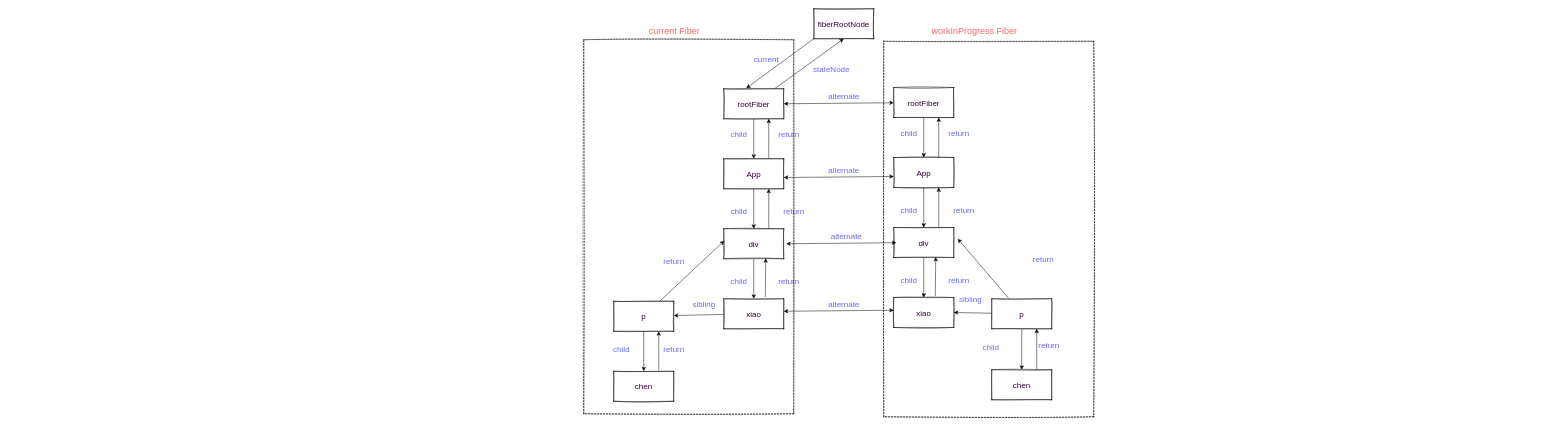
The draw.io diagram page "Page-12" (12 of 23) of 第五章_0.drawio in xiaochen1024/react_code, before the edit. Source tidied: cells renumbered, new cells numbered last; positions are measured from the earlier drawing's top-left corner, leaving out a move shared by most shapes. Both pictures are drawn from the tidied source at 50%, with x=0, y=0 at pixel (584, 8).
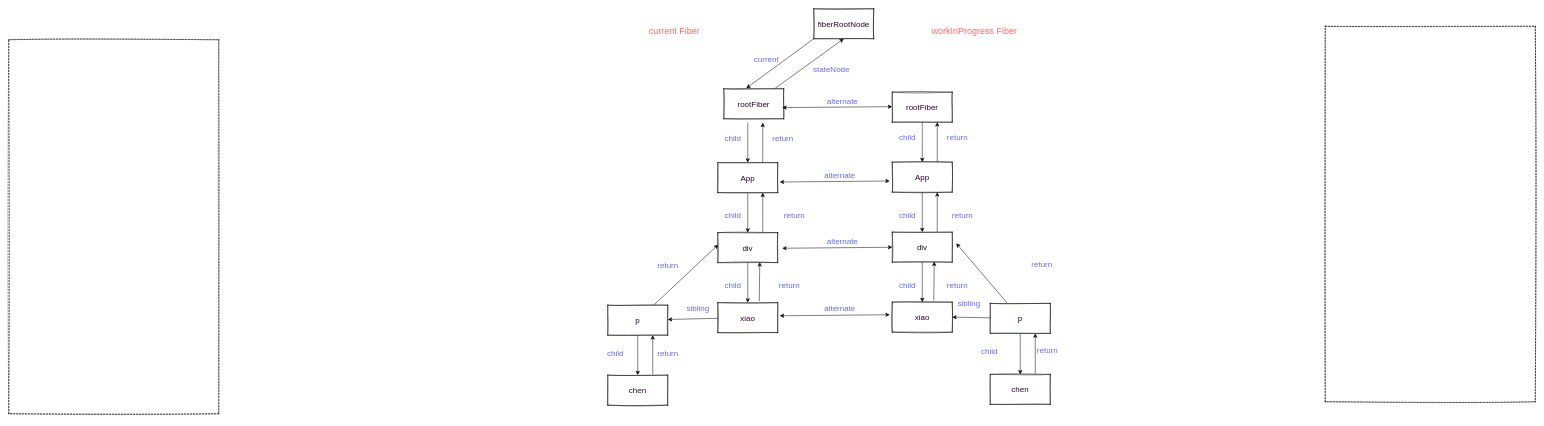
The same page after the edit.

The change refers to these unchanged cells:
```xml
<mxCell id="6" value="&lt;font color=&quot;#330033&quot; style=&quot;font-size: 16px&quot;&gt;rootFiber&lt;/font&gt;" style="whiteSpace=wrap;html=1;sketch=1;strokeWidth=1;fillColor=#ffffff;fontSize=1;fontColor=#6666FF;" parent="1" vertex="1">
  <mxGeometry x="280" y="160" width="120" height="60" as="geometry" />
</mxCell>
```

Change to the diagram source:
```diff
@@
-    <mxCell id="4" style="edgeStyle=none;curved=1;jettySize=auto;html=1;strokeWidth=1;fontSize=1;fontColor=#6666FF;" parent="1" edge="1" source="6" target="10">
-      <mxGeometry relative="1" as="geometry" />
+    <mxCell id="4" style="edgeStyle=none;curved=1;jettySize=auto;html=1;strokeWidth=1;fontSize=1;fontColor=#6666FF;" parent="1" edge="1" target="10">
+      <mxGeometry relative="1" as="geometry">
+        <mxPoint x="328" y="227.8" as="sourcePoint" />
+      </mxGeometry>
     </mxCell>
@@
-    <mxCell id="9" style="edgeStyle=none;curved=1;jettySize=auto;html=1;entryX=0.75;entryY=1;entryDx=0;entryDy=0;strokeWidth=1;fontSize=1;fontColor=#6666FF;exitX=0.75;exitY=0;exitDx=0;exitDy=0;" parent="1" edge="1" source="10" target="6">
-      <mxGeometry relative="1" as="geometry" />
+    <mxCell id="9" style="edgeStyle=none;curved=1;jettySize=auto;html=1;entryX=0.75;entryY=1;entryDx=0;entryDy=0;strokeWidth=1;fontSize=1;fontColor=#6666FF;exitX=0.75;exitY=0;exitDx=0;exitDy=0;" parent="1" edge="1" source="10">
+      <mxGeometry relative="1" as="geometry">
+        <mxPoint x="358" y="227.8" as="targetPoint" />
+      </mxGeometry>
     </mxCell>
     <mxCell id="10" value="&lt;font color=&quot;#330033&quot; style=&quot;font-size: 16px&quot;&gt;App&lt;/font&gt;" style="whiteSpace=wrap;html=1;sketch=1;strokeWidth=1;fillColor=#ffffff;fontSize=1;fontColor=#6666FF;" parent="1" vertex="1">
-      <mxGeometry x="280" y="300" width="120" height="60" as="geometry" />
+      <mxGeometry x="268" y="307.8" width="120" height="60" as="geometry" />
     </mxCell>
@@
     <mxCell id="13" value="&lt;font color=&quot;#330033&quot; style=&quot;font-size: 16px&quot;&gt;div&lt;/font&gt;" style="whiteSpace=wrap;html=1;sketch=1;strokeWidth=1;fillColor=#ffffff;fontSize=1;fontColor=#6666FF;" parent="1" vertex="1">
-      <mxGeometry x="280" y="440" width="120" height="60" as="geometry" />
+      <mxGeometry x="268" y="447.8" width="120" height="60" as="geometry" />
     </mxCell>
@@
     <mxCell id="16" value="&lt;font color=&quot;#330033&quot;&gt;&lt;span style=&quot;font-size: 16px&quot;&gt;xiao&lt;/span&gt;&lt;/font&gt;" style="whiteSpace=wrap;html=1;sketch=1;strokeWidth=1;fillColor=#ffffff;fontSize=1;fontColor=#6666FF;" parent="1" vertex="1">
-      <mxGeometry x="280" y="580" width="120" height="60" as="geometry" />
+      <mxGeometry x="268" y="587.8" width="120" height="60" as="geometry" />
     </mxCell>
@@
     <mxCell id="19" value="&lt;font color=&quot;#330033&quot;&gt;&lt;span style=&quot;font-size: 16px&quot;&gt;p&lt;/span&gt;&lt;/font&gt;" style="whiteSpace=wrap;html=1;sketch=1;strokeWidth=1;fillColor=#ffffff;fontSize=1;fontColor=#6666FF;" parent="1" vertex="1">
-      <mxGeometry x="60" y="585" width="120" height="60" as="geometry" />
+      <mxGeometry x="48" y="592.8" width="120" height="60" as="geometry" />
     </mxCell>
@@
     <mxCell id="21" value="&lt;font color=&quot;#330033&quot;&gt;&lt;span style=&quot;font-size: 16px&quot;&gt;chen&lt;/span&gt;&lt;/font&gt;" style="whiteSpace=wrap;html=1;sketch=1;strokeWidth=1;fillColor=#ffffff;fontSize=1;fontColor=#6666FF;" parent="1" vertex="1">
-      <mxGeometry x="60" y="725" width="120" height="60" as="geometry" />
+      <mxGeometry x="48" y="732.8" width="120" height="60" as="geometry" />
     </mxCell>
@@
     <mxCell id="23" value="&lt;font style=&quot;font-size: 16px&quot;&gt;child&lt;/font&gt;" style="text;html=1;align=center;verticalAlign=middle;fontSize=1;fontColor=#6666FF;" parent="1" vertex="1">
-      <mxGeometry x="285" y="245" width="50" height="10" as="geometry" />
+      <mxGeometry x="273" y="252.8" width="50" height="10" as="geometry" />
     </mxCell>
     <mxCell id="24" value="&lt;font style=&quot;font-size: 16px&quot;&gt;child&lt;/font&gt;" style="text;html=1;align=center;verticalAlign=middle;fontSize=1;fontColor=#6666FF;" parent="1" vertex="1">
-      <mxGeometry x="50" y="675" width="50" height="10" as="geometry" />
+      <mxGeometry x="38" y="682.8" width="50" height="10" as="geometry" />
     </mxCell>
     <mxCell id="25" value="&lt;font style=&quot;font-size: 16px&quot;&gt;child&lt;/font&gt;" style="text;html=1;align=center;verticalAlign=middle;fontSize=1;fontColor=#6666FF;" parent="1" vertex="1">
-      <mxGeometry x="285" y="540" width="50" height="10" as="geometry" />
+      <mxGeometry x="273" y="547.8" width="50" height="10" as="geometry" />
     </mxCell>
     <mxCell id="26" value="&lt;font style=&quot;font-size: 16px&quot;&gt;child&lt;/font&gt;" style="text;html=1;align=center;verticalAlign=middle;fontSize=1;fontColor=#6666FF;" parent="1" vertex="1">
-      <mxGeometry x="285" y="400" width="50" height="10" as="geometry" />
+      <mxGeometry x="273" y="407.8" width="50" height="10" as="geometry" />
     </mxCell>
     <mxCell id="27" value="&lt;font style=&quot;font-size: 16px&quot;&gt;return&lt;/font&gt;" style="text;html=1;align=center;verticalAlign=middle;fontSize=1;fontColor=#6666FF;" parent="1" vertex="1">
-      <mxGeometry x="380" y="245" width="60" height="10" as="geometry" />
+      <mxGeometry x="368" y="252.8" width="60" height="10" as="geometry" />
     </mxCell>
     <mxCell id="28" value="&lt;font style=&quot;font-size: 16px&quot;&gt;return&lt;/font&gt;" style="text;html=1;align=center;verticalAlign=middle;fontSize=1;fontColor=#6666FF;" parent="1" vertex="1">
-      <mxGeometry x="150" y="675" width="60" height="10" as="geometry" />
+      <mxGeometry x="138" y="682.8" width="60" height="10" as="geometry" />
     </mxCell>
     <mxCell id="29" value="&lt;font style=&quot;font-size: 16px&quot;&gt;return&lt;/font&gt;" style="text;html=1;align=center;verticalAlign=middle;fontSize=1;fontColor=#6666FF;" parent="1" vertex="1">
-      <mxGeometry x="380" y="540" width="60" height="10" as="geometry" />
+      <mxGeometry x="381" y="547.8" width="60" height="10" as="geometry" />
     </mxCell>
     <mxCell id="30" value="&lt;font style=&quot;font-size: 16px&quot;&gt;return&lt;/font&gt;" style="text;html=1;align=center;verticalAlign=middle;fontSize=1;fontColor=#6666FF;" parent="1" vertex="1">
-      <mxGeometry x="390" y="400" width="60" height="10" as="geometry" />
+      <mxGeometry x="391" y="407.8" width="60" height="10" as="geometry" />
     </mxCell>
-    <mxCell id="31" style="endArrow=classic;startArrow=classic;html=1;strokeWidth=1;fontSize=1;fontColor=#6666FF;exitX=1;exitY=0.5;exitDx=0;exitDy=0;" parent="1" edge="1" source="6" target="36">
-      <mxGeometry relative="1" as="geometry" />
+    <mxCell id="31" style="endArrow=classic;startArrow=classic;html=1;strokeWidth=1;fontSize=1;fontColor=#6666FF;exitX=1;exitY=0.5;exitDx=0;exitDy=0;" parent="1" edge="1">
+      <mxGeometry relative="1" as="geometry">
+        <mxPoint x="397" y="197.7" as="sourcePoint" />
+        <mxPoint x="617" y="195.8" as="targetPoint" />
+      </mxGeometry>
     </mxCell>
     <mxCell id="32" value="&lt;font style=&quot;font-size: 16px&quot;&gt;alternate&lt;/font&gt;" style="text;html=1;align=center;verticalAlign=middle;fontSize=1;fontColor=#6666FF;" parent="1" vertex="1">
-      <mxGeometry x="480" y="170" width="80" height="10" as="geometry" />
+      <mxGeometry x="477" y="179.2" width="80" height="10" as="geometry" />
     </mxCell>
     <mxCell id="33" value="&lt;font style=&quot;font-size: 16px&quot;&gt;sibling&lt;/font&gt;" style="text;html=1;align=center;verticalAlign=middle;fontSize=1;fontColor=#6666FF;" parent="1" vertex="1">
-      <mxGeometry x="210" y="585" width="60" height="10" as="geometry" />
+      <mxGeometry x="198" y="592.8" width="60" height="10" as="geometry" />
     </mxCell>
     <mxCell id="34" value="&lt;font style=&quot;font-size: 16px&quot;&gt;return&lt;/font&gt;" style="text;html=1;align=center;verticalAlign=middle;fontSize=1;fontColor=#6666FF;" parent="1" vertex="1">
-      <mxGeometry x="150" y="500" width="60" height="10" as="geometry" />
+      <mxGeometry x="138" y="507.8" width="60" height="10" as="geometry" />
     </mxCell>
@@
     <mxCell id="36" value="&lt;font color=&quot;#330033&quot; style=&quot;font-size: 16px&quot;&gt;rootFiber&lt;/font&gt;" style="whiteSpace=wrap;html=1;sketch=1;strokeWidth=1;fillColor=#ffffff;fontSize=1;fontColor=#6666FF;" parent="1" vertex="1">
-      <mxGeometry x="620" y="157.5" width="120" height="60" as="geometry" />
+      <mxGeometry x="617" y="166.8" width="120" height="60" as="geometry" />
     </mxCell>
@@
     <mxCell id="39" value="&lt;font color=&quot;#330033&quot; style=&quot;font-size: 16px&quot;&gt;App&lt;/font&gt;" style="whiteSpace=wrap;html=1;sketch=1;strokeWidth=1;fillColor=#ffffff;fontSize=1;fontColor=#6666FF;" parent="1" vertex="1">
-      <mxGeometry x="620" y="297.5" width="120" height="60" as="geometry" />
+      <mxGeometry x="617" y="306.8" width="120" height="60" as="geometry" />
     </mxCell>
@@
     <mxCell id="42" value="&lt;font color=&quot;#330033&quot; style=&quot;font-size: 16px&quot;&gt;div&lt;/font&gt;" style="whiteSpace=wrap;html=1;sketch=1;strokeWidth=1;fillColor=#ffffff;fontSize=1;fontColor=#6666FF;" parent="1" vertex="1">
-      <mxGeometry x="620" y="437.5" width="120" height="60" as="geometry" />
+      <mxGeometry x="617" y="446.8" width="120" height="60" as="geometry" />
     </mxCell>
@@
     <mxCell id="44" value="&lt;font color=&quot;#330033&quot;&gt;&lt;span style=&quot;font-size: 16px&quot;&gt;xiao&lt;/span&gt;&lt;/font&gt;" style="whiteSpace=wrap;html=1;sketch=1;strokeWidth=1;fillColor=#ffffff;fontSize=1;fontColor=#6666FF;" parent="1" vertex="1">
-      <mxGeometry x="620" y="577.5" width="120" height="60" as="geometry" />
+      <mxGeometry x="617" y="586.8" width="120" height="60" as="geometry" />
     </mxCell>
     <mxCell id="45" value="&lt;font style=&quot;font-size: 16px&quot;&gt;child&lt;/font&gt;" style="text;html=1;align=center;verticalAlign=middle;fontSize=1;fontColor=#6666FF;" parent="1" vertex="1">
-      <mxGeometry x="625" y="242.5" width="50" height="10" as="geometry" />
+      <mxGeometry x="622" y="251.8" width="50" height="10" as="geometry" />
     </mxCell>
     <mxCell id="46" value="&lt;font style=&quot;font-size: 16px&quot;&gt;child&lt;/font&gt;" style="text;html=1;align=center;verticalAlign=middle;fontSize=1;fontColor=#6666FF;" parent="1" vertex="1">
-      <mxGeometry x="625" y="537.5" width="50" height="10" as="geometry" />
+      <mxGeometry x="622" y="546.8" width="50" height="10" as="geometry" />
     </mxCell>
     <mxCell id="47" value="&lt;font style=&quot;font-size: 16px&quot;&gt;child&lt;/font&gt;" style="text;html=1;align=center;verticalAlign=middle;fontSize=1;fontColor=#6666FF;" parent="1" vertex="1">
-      <mxGeometry x="625" y="397.5" width="50" height="10" as="geometry" />
+      <mxGeometry x="622" y="406.8" width="50" height="10" as="geometry" />
     </mxCell>
     <mxCell id="48" value="&lt;font style=&quot;font-size: 16px&quot;&gt;return&lt;/font&gt;" style="text;html=1;align=center;verticalAlign=middle;fontSize=1;fontColor=#6666FF;" parent="1" vertex="1">
-      <mxGeometry x="720" y="242.5" width="60" height="10" as="geometry" />
+      <mxGeometry x="717" y="251.8" width="60" height="10" as="geometry" />
     </mxCell>
     <mxCell id="49" value="&lt;font style=&quot;font-size: 16px&quot;&gt;return&lt;/font&gt;" style="text;html=1;align=center;verticalAlign=middle;fontSize=1;fontColor=#6666FF;" parent="1" vertex="1">
-      <mxGeometry x="720" y="537.5" width="60" height="10" as="geometry" />
+      <mxGeometry x="717" y="546.8" width="60" height="10" as="geometry" />
     </mxCell>
     <mxCell id="50" value="&lt;font style=&quot;font-size: 16px&quot;&gt;return&lt;/font&gt;" style="text;html=1;align=center;verticalAlign=middle;fontSize=1;fontColor=#6666FF;" parent="1" vertex="1">
-      <mxGeometry x="730" y="397.5" width="60" height="10" as="geometry" />
+      <mxGeometry x="727" y="406.8" width="60" height="10" as="geometry" />
     </mxCell>
     <mxCell id="51" style="endArrow=classic;startArrow=classic;html=1;strokeWidth=1;fontSize=1;fontColor=#6666FF;exitX=1;exitY=0.5;exitDx=0;exitDy=0;" parent="1" edge="1">
       <mxGeometry relative="1" as="geometry">
-        <mxPoint x="400" y="337.5" as="sourcePoint" />
-        <mxPoint x="620" y="335.5" as="targetPoint" />
+        <mxPoint x="392" y="346.5" as="sourcePoint" />
+        <mxPoint x="612" y="344.5" as="targetPoint" />
       </mxGeometry>
     </mxCell>
     <mxCell id="52" value="&lt;font style=&quot;font-size: 16px&quot;&gt;alternate&lt;/font&gt;" style="text;html=1;align=center;verticalAlign=middle;fontSize=1;fontColor=#6666FF;" parent="1" vertex="1">
-      <mxGeometry x="480" y="317.5" width="80" height="10" as="geometry" />
+      <mxGeometry x="472" y="326.5" width="80" height="10" as="geometry" />
     </mxCell>
     <mxCell id="53" style="endArrow=classic;startArrow=classic;html=1;strokeWidth=1;fontSize=1;fontColor=#6666FF;exitX=1;exitY=0.5;exitDx=0;exitDy=0;" parent="1" edge="1">
       <mxGeometry relative="1" as="geometry">
-        <mxPoint x="405" y="470" as="sourcePoint" />
-        <mxPoint x="625" y="468" as="targetPoint" />
+        <mxPoint x="397" y="479" as="sourcePoint" />
+        <mxPoint x="617" y="477" as="targetPoint" />
       </mxGeometry>
     </mxCell>
     <mxCell id="54" value="&lt;font style=&quot;font-size: 16px&quot;&gt;alternate&lt;/font&gt;" style="text;html=1;align=center;verticalAlign=middle;fontSize=1;fontColor=#6666FF;" parent="1" vertex="1">
-      <mxGeometry x="485" y="450" width="80" height="10" as="geometry" />
+      <mxGeometry x="477" y="459" width="80" height="10" as="geometry" />
     </mxCell>
     <mxCell id="55" style="endArrow=classic;startArrow=classic;html=1;strokeWidth=1;fontSize=1;fontColor=#6666FF;exitX=1;exitY=0.5;exitDx=0;exitDy=0;" parent="1" edge="1">
       <mxGeometry relative="1" as="geometry">
-        <mxPoint x="400" y="605" as="sourcePoint" />
-        <mxPoint x="620" y="603" as="targetPoint" />
+        <mxPoint x="392" y="614" as="sourcePoint" />
+        <mxPoint x="612" y="612" as="targetPoint" />
       </mxGeometry>
     </mxCell>
     <mxCell id="56" value="&lt;font style=&quot;font-size: 16px&quot;&gt;alternate&lt;/font&gt;" style="text;html=1;align=center;verticalAlign=middle;fontSize=1;fontColor=#6666FF;" parent="1" vertex="1">
-      <mxGeometry x="480" y="585" width="80" height="10" as="geometry" />
+      <mxGeometry x="472" y="594" width="80" height="10" as="geometry" />
     </mxCell>
     <mxCell id="57" style="rounded=0;whiteSpace=wrap;html=1;sketch=1;strokeWidth=1;fontSize=1;fontColor=#6666FF;dashed=1;fillColor=none;" parent="1" vertex="1">
-      <mxGeometry y="62" width="420" height="748" as="geometry" />
+      <mxGeometry x="-1150" y="62" width="420" height="748" as="geometry" />
     </mxCell>
     <mxCell id="58" style="rounded=0;whiteSpace=wrap;html=1;sketch=1;strokeWidth=1;fontSize=1;fontColor=#6666FF;dashed=1;fillColor=none;" parent="1" vertex="1">
-      <mxGeometry x="600" y="65" width="420" height="751" as="geometry" />
+      <mxGeometry x="1483" y="35" width="420" height="751" as="geometry" />
     </mxCell>
@@
     <mxCell id="62" style="edgeStyle=none;curved=1;jettySize=auto;html=1;entryX=0.992;entryY=0.375;entryDx=0;entryDy=0;entryPerimeter=0;strokeWidth=1;fontSize=1;fontColor=#6666FF;" parent="1" edge="1" source="64">
       <mxGeometry relative="1" as="geometry">
-        <mxPoint x="748" y="460" as="targetPoint" />
+        <mxPoint x="745" y="469.2" as="targetPoint" />
       </mxGeometry>
     </mxCell>
@@
     <mxCell id="64" value="&lt;font color=&quot;#330033&quot;&gt;&lt;span style=&quot;font-size: 16px&quot;&gt;p&lt;/span&gt;&lt;/font&gt;" style="whiteSpace=wrap;html=1;sketch=1;strokeWidth=1;fillColor=#ffffff;fontSize=1;fontColor=#6666FF;" parent="1" vertex="1">
-      <mxGeometry x="816" y="580" width="120" height="60" as="geometry" />
+      <mxGeometry x="813" y="589.2" width="120" height="60" as="geometry" />
     </mxCell>
@@
     <mxCell id="66" value="&lt;font color=&quot;#330033&quot;&gt;&lt;span style=&quot;font-size: 16px&quot;&gt;chen&lt;/span&gt;&lt;/font&gt;" style="whiteSpace=wrap;html=1;sketch=1;strokeWidth=1;fillColor=#ffffff;fontSize=1;fontColor=#6666FF;" parent="1" vertex="1">
-      <mxGeometry x="816" y="722" width="120" height="60" as="geometry" />
+      <mxGeometry x="813" y="731.2" width="120" height="60" as="geometry" />
     </mxCell>
     <mxCell id="67" value="&lt;font style=&quot;font-size: 16px&quot;&gt;child&lt;/font&gt;" style="text;html=1;align=center;verticalAlign=middle;fontSize=1;fontColor=#6666FF;" parent="1" vertex="1">
-      <mxGeometry x="789" y="671" width="50" height="10" as="geometry" />
+      <mxGeometry x="786" y="680.2" width="50" height="10" as="geometry" />
     </mxCell>
     <mxCell id="68" value="&lt;font style=&quot;font-size: 16px&quot;&gt;return&lt;/font&gt;" style="text;html=1;align=center;verticalAlign=middle;fontSize=1;fontColor=#6666FF;" parent="1" vertex="1">
-      <mxGeometry x="900" y="668" width="60" height="10" as="geometry" />
+      <mxGeometry x="897" y="677.2" width="60" height="10" as="geometry" />
     </mxCell>
     <mxCell id="69" value="&lt;font style=&quot;font-size: 16px&quot;&gt;sibling&lt;/font&gt;" style="text;html=1;align=center;verticalAlign=middle;fontSize=1;fontColor=#6666FF;" parent="1" vertex="1">
-      <mxGeometry x="743" y="575" width="60" height="10" as="geometry" />
+      <mxGeometry x="740" y="584.2" width="60" height="10" as="geometry" />
     </mxCell>
     <mxCell id="70" value="&lt;font style=&quot;font-size: 16px&quot;&gt;return&lt;/font&gt;" style="text;html=1;align=center;verticalAlign=middle;fontSize=1;fontColor=#6666FF;" parent="1" vertex="1">
-      <mxGeometry x="889" y="496" width="60" height="10" as="geometry" />
+      <mxGeometry x="886" y="505.2" width="60" height="10" as="geometry" />
     </mxCell>
```
